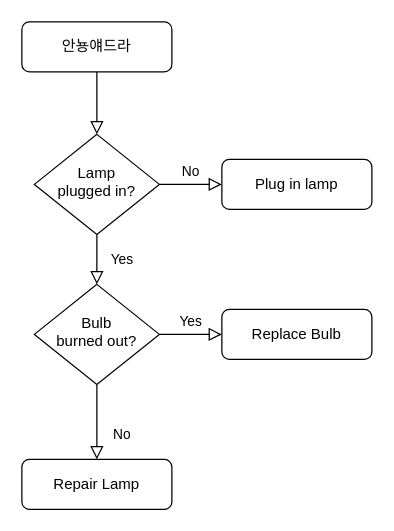
Earlier version of the draw.io diagram Untitled Diagram.drawio (minjung0067/JuangJuang). Source tidied: cells renumbered, new cells numbered last; positions are measured from the earlier drawing's top-left corner, leaving out a move shared by most shapes. Both pictures are drawn from the tidied source at 125%, with x=0, y=0 at pixel (21, 21).
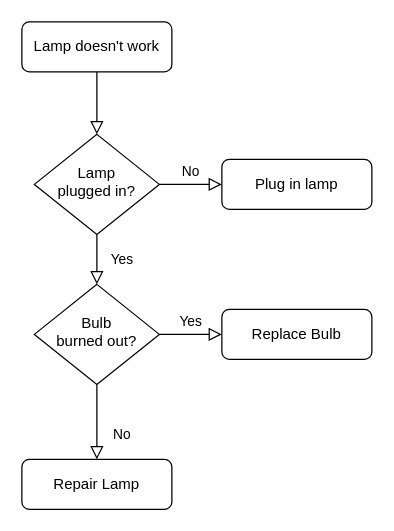
The same diagram, later.

Commit message:
Flow_chart

What changed in the source:
```diff
@@
 <mxGraphModel>
   <root>
     <mxCell id="0" />
     <mxCell id="1" parent="0" />
     <mxCell id="2" style="rounded=0;html=1;jettySize=auto;fontSize=11;endArrow=block;endFill=0;endSize=8;strokeWidth=1;shadow=0;labelBackgroundColor=none;edgeStyle=orthogonalEdgeStyle;" parent="1" edge="1" source="3" target="6">
       <mxGeometry relative="1" as="geometry" />
     </mxCell>
-    <mxCell id="3" value="안뇽얘드라&lt;br&gt;" style="rounded=1;whiteSpace=wrap;html=1;fontSize=12;glass=0;strokeWidth=1;shadow=0;" parent="1" vertex="1">
+    <mxCell id="3" value="Lamp doesn't work" style="rounded=1;whiteSpace=wrap;html=1;fontSize=12;glass=0;strokeWidth=1;shadow=0;" parent="1" vertex="1">
       <mxGeometry width="120" height="40" as="geometry" />
     </mxCell>
     <mxCell id="4" value="Yes" style="rounded=0;html=1;jettySize=auto;fontSize=11;endArrow=block;endFill=0;endSize=8;strokeWidth=1;shadow=0;labelBackgroundColor=none;edgeStyle=orthogonalEdgeStyle;" parent="1" edge="1" source="6" target="10">
       <mxGeometry y="20" relative="1" as="geometry" />
     </mxCell>
     <mxCell id="5" value="No" style="edgeStyle=orthogonalEdgeStyle;rounded=0;html=1;jettySize=auto;fontSize=11;endArrow=block;endFill=0;endSize=8;strokeWidth=1;shadow=0;labelBackgroundColor=none;" parent="1" edge="1" source="6" target="7">
       <mxGeometry y="10" relative="1" as="geometry" />
     </mxCell>
     <mxCell id="6" value="Lamp&lt;br&gt;plugged in?" style="rhombus;whiteSpace=wrap;html=1;shadow=0;fontFamily=Helvetica;fontSize=12;align=center;strokeWidth=1;spacing=6;spacingTop=-4;" parent="1" vertex="1">
       <mxGeometry x="10" y="90" width="100" height="80" as="geometry" />
     </mxCell>
     <mxCell id="7" value="Plug in lamp" style="rounded=1;whiteSpace=wrap;html=1;fontSize=12;glass=0;strokeWidth=1;shadow=0;" parent="1" vertex="1">
       <mxGeometry x="160" y="110" width="120" height="40" as="geometry" />
     </mxCell>
     <mxCell id="8" value="No" style="rounded=0;html=1;jettySize=auto;fontSize=11;endArrow=block;endFill=0;endSize=8;strokeWidth=1;shadow=0;labelBackgroundColor=none;edgeStyle=orthogonalEdgeStyle;" parent="1" edge="1" source="10" target="11">
       <mxGeometry x="0.33" y="20" relative="1" as="geometry" />
     </mxCell>
     <mxCell id="9" value="Yes" style="edgeStyle=orthogonalEdgeStyle;rounded=0;html=1;jettySize=auto;fontSize=11;endArrow=block;endFill=0;endSize=8;strokeWidth=1;shadow=0;labelBackgroundColor=none;" parent="1" edge="1" source="10" target="12">
       <mxGeometry y="10" relative="1" as="geometry" />
     </mxCell>
     <mxCell id="10" value="Bulb&lt;br&gt;burned out?" style="rhombus;whiteSpace=wrap;html=1;shadow=0;fontFamily=Helvetica;fontSize=12;align=center;strokeWidth=1;spacing=6;spacingTop=-4;" parent="1" vertex="1">
       <mxGeometry x="10" y="210" width="100" height="80" as="geometry" />
     </mxCell>
     <mxCell id="11" value="Repair Lamp" style="rounded=1;whiteSpace=wrap;html=1;fontSize=12;glass=0;strokeWidth=1;shadow=0;" parent="1" vertex="1">
       <mxGeometry y="350" width="120" height="40" as="geometry" />
     </mxCell>
     <mxCell id="12" value="Replace Bulb" style="rounded=1;whiteSpace=wrap;html=1;fontSize=12;glass=0;strokeWidth=1;shadow=0;" parent="1" vertex="1">
       <mxGeometry x="160" y="230" width="120" height="40" as="geometry" />
     </mxCell>
   </root>
 </mxGraphModel>
```
